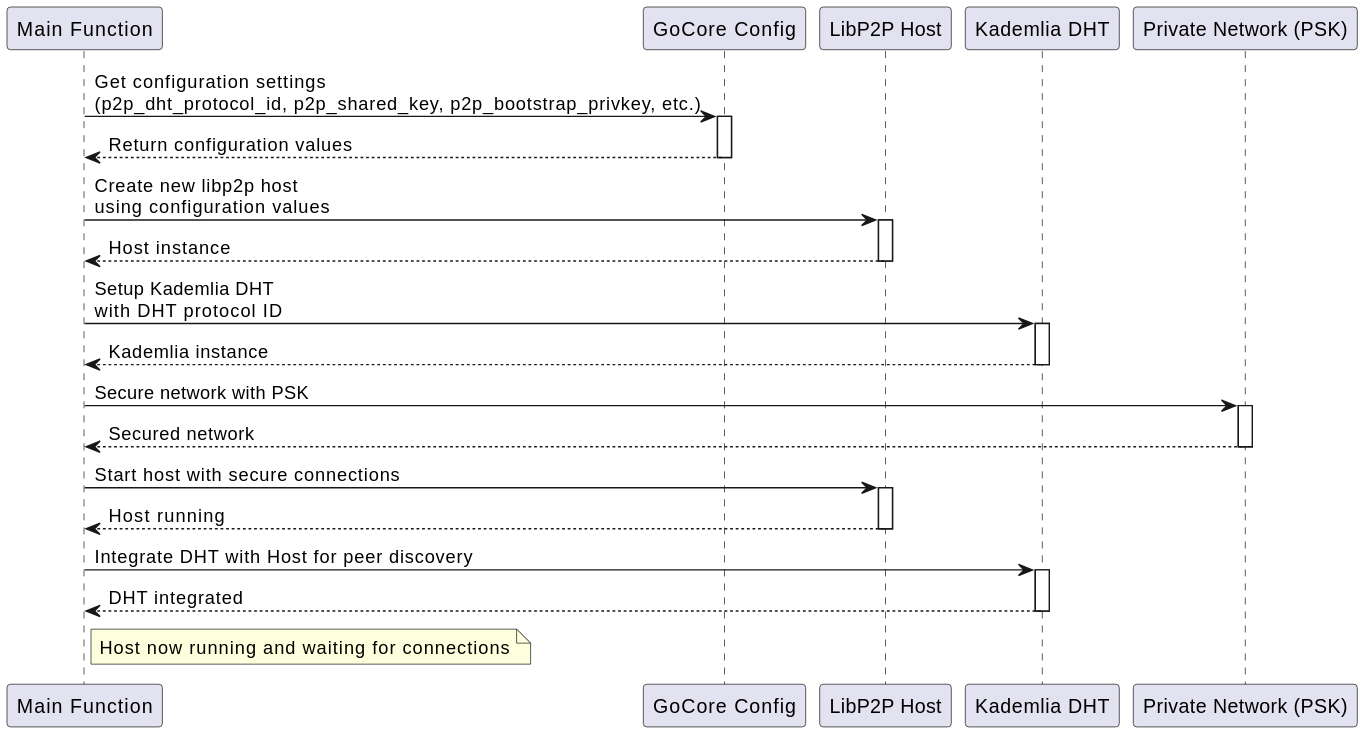
The PlantUML diagram docs/services/img/plantuml/p2pBootstrap/p2pBootstrap.svg in freemans13/teranode, before a commit. Its source is kept beside it as docs/services/img/plantuml/p2pBootstrap/p2pBootstrap.puml.
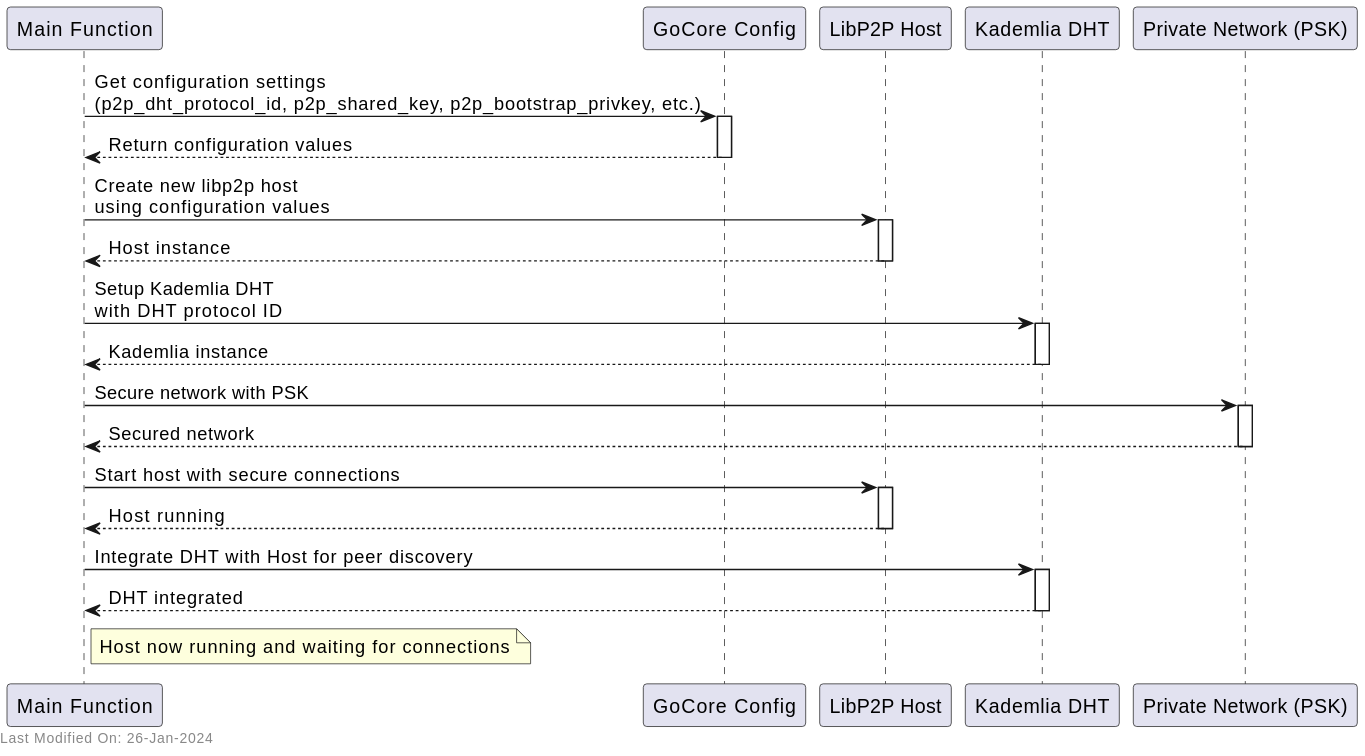
After the change.

Diff of the diagram source:
```diff
@@ -36,4 +36,7 @@
 deactivate Kademlia
 
 note right of Main: Host now running and waiting for connections
+
+left footer Last Modified On: 26-Jan-2024
+
 @enduml
```
